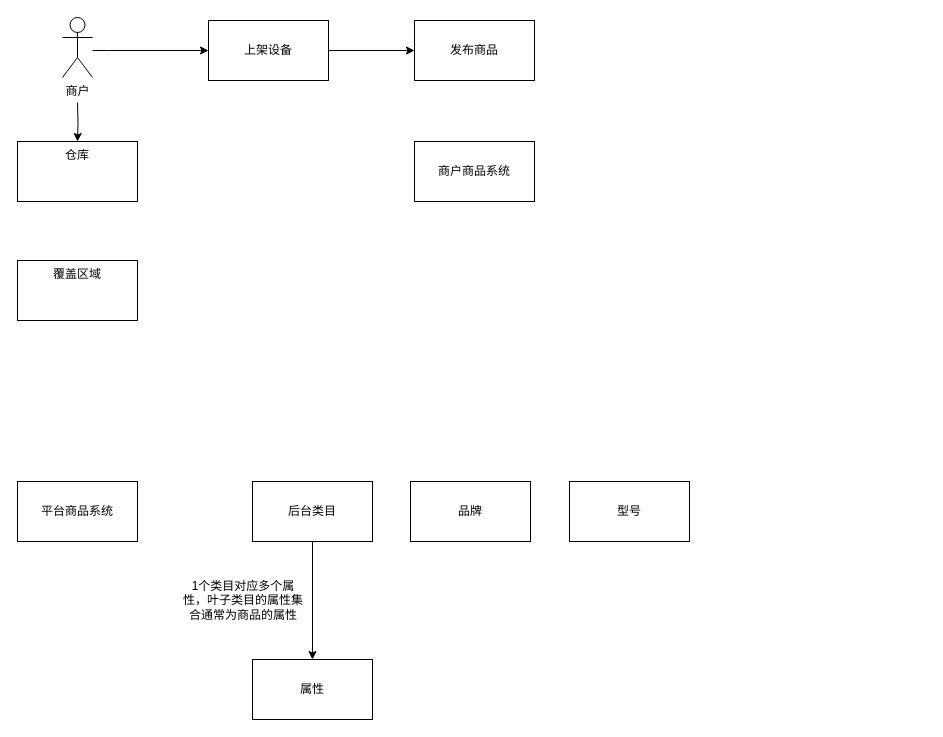
This is page "Page-7" (7 of 7) of docs/goods.drawio from lokiworks/codebase, a draw.io file, before an edit. Source tidied: cells renumbered, new cells numbered last; positions are measured from the earlier drawing's top-left corner, leaving out a move shared by most shapes. Both pictures are drawn from the tidied source at 100%, with x=0, y=0 at pixel (17, 17).
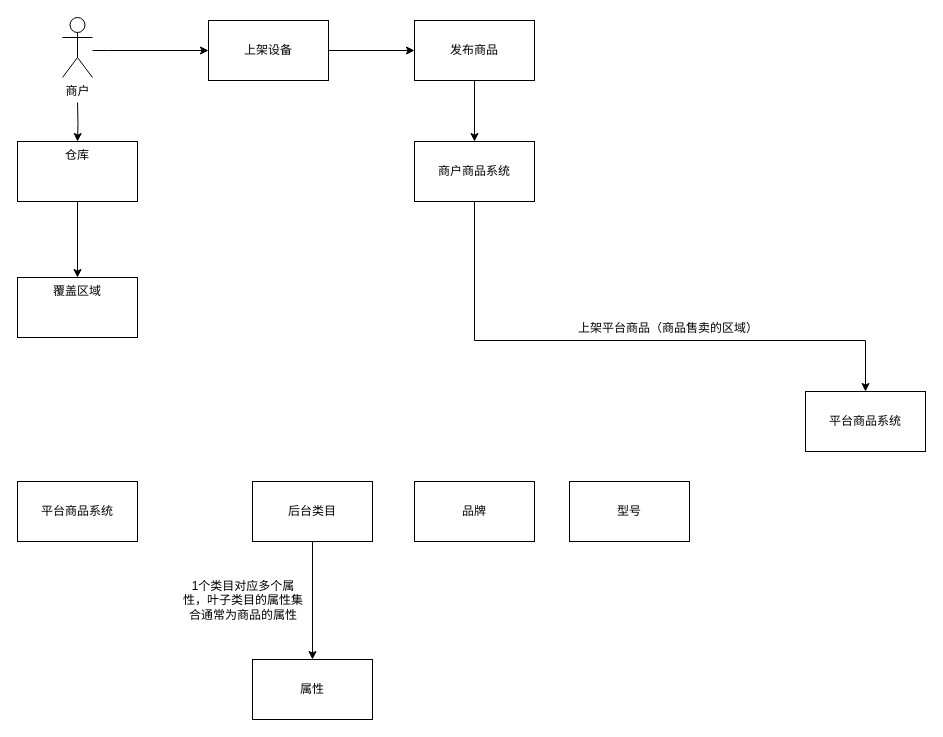
The same diagram, later.

Unchanged cells that the change refers to:
```xml
<mxCell id="7" value="发布商品" style="rounded=0;whiteSpace=wrap;html=1;" parent="1" vertex="1">
  <mxGeometry x="397" y="3" width="120" height="60" as="geometry" />
</mxCell>
<mxCell id="8" value="商户商品系统" style="rounded=0;whiteSpace=wrap;html=1;" parent="1" vertex="1">
  <mxGeometry x="397" y="124" width="120" height="60" as="geometry" />
</mxCell>
<mxCell id="15" value="仓库" style="whiteSpace=wrap;html=1;verticalAlign=top;" parent="1" vertex="1">
  <mxGeometry y="124" width="120" height="60" as="geometry" />
</mxCell>
```

The edit, as a diff of the source:
```diff
@@
+    <mxCell id="18" style="edgeStyle=orthogonalEdgeStyle;rounded=0;jettySize=auto;html=1;exitX=0.5;exitY=1;exitDx=0;exitDy=0;endArrow=classic;endFill=1;" parent="1" edge="1" source="7" target="8">
+      <mxGeometry relative="1" as="geometry" />
+    </mxCell>
@@
+    <mxCell id="19" style="edgeStyle=orthogonalEdgeStyle;rounded=0;jettySize=auto;html=1;exitX=0.5;exitY=1;exitDx=0;exitDy=0;entryX=0.5;entryY=0;entryDx=0;entryDy=0;endArrow=classic;endFill=1;" parent="1" edge="1" source="8" target="21">
+      <mxGeometry relative="1" as="geometry">
+        <Array as="points">
+          <mxPoint x="457" y="323" />
+          <mxPoint x="848" y="323" />
+        </Array>
+      </mxGeometry>
+    </mxCell>
@@
     <mxCell id="12" value="品牌" style="rounded=0;whiteSpace=wrap;html=1;" parent="1" vertex="1">
-      <mxGeometry x="393" y="464" width="120" height="60" as="geometry" />
+      <mxGeometry x="397" y="464" width="120" height="60" as="geometry" />
     </mxCell>
@@
+    <mxCell id="20" style="edgeStyle=orthogonalEdgeStyle;rounded=0;jettySize=auto;html=1;exitX=0.5;exitY=1;exitDx=0;exitDy=0;endArrow=classic;endFill=1;" parent="1" edge="1" source="15" target="16">
+      <mxGeometry relative="1" as="geometry" />
+    </mxCell>
@@
     <mxCell id="16" value="覆盖区域" style="whiteSpace=wrap;html=1;verticalAlign=top;" parent="1" vertex="1">
-      <mxGeometry y="243" width="120" height="60" as="geometry" />
+      <mxGeometry y="260" width="120" height="60" as="geometry" />
     </mxCell>
@@
+    <mxCell id="21" value="平台商品系统" style="rounded=0;whiteSpace=wrap;html=1;" parent="1" vertex="1">
+      <mxGeometry x="788" y="374" width="120" height="60" as="geometry" />
+    </mxCell>
+    <mxCell id="22" value="上架平台商品（商品售卖的区域）" style="text;html=1;strokeColor=none;fillColor=none;align=center;verticalAlign=middle;whiteSpace=wrap;rounded=0;" parent="1" vertex="1">
+      <mxGeometry x="549" y="304" width="204" height="14" as="geometry" />
+    </mxCell>
```
